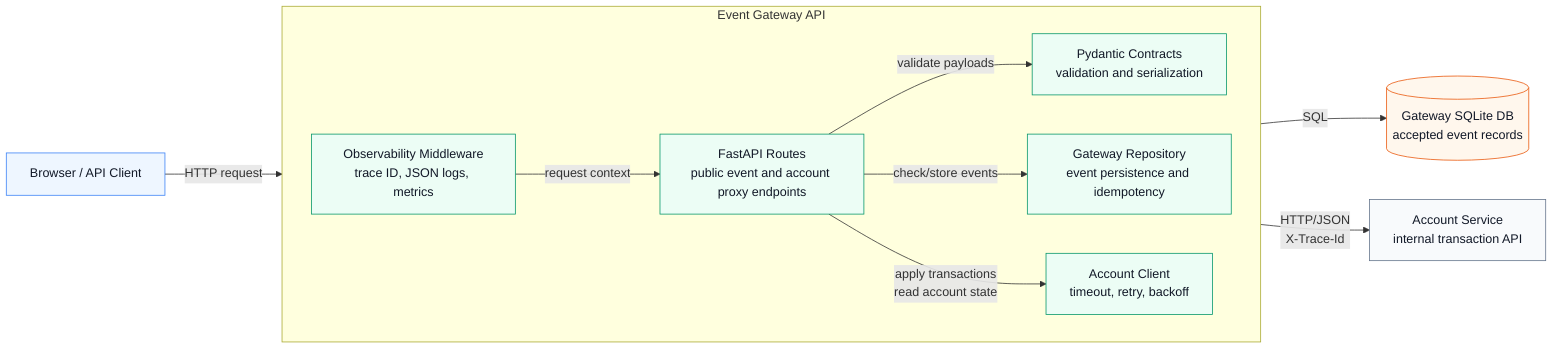
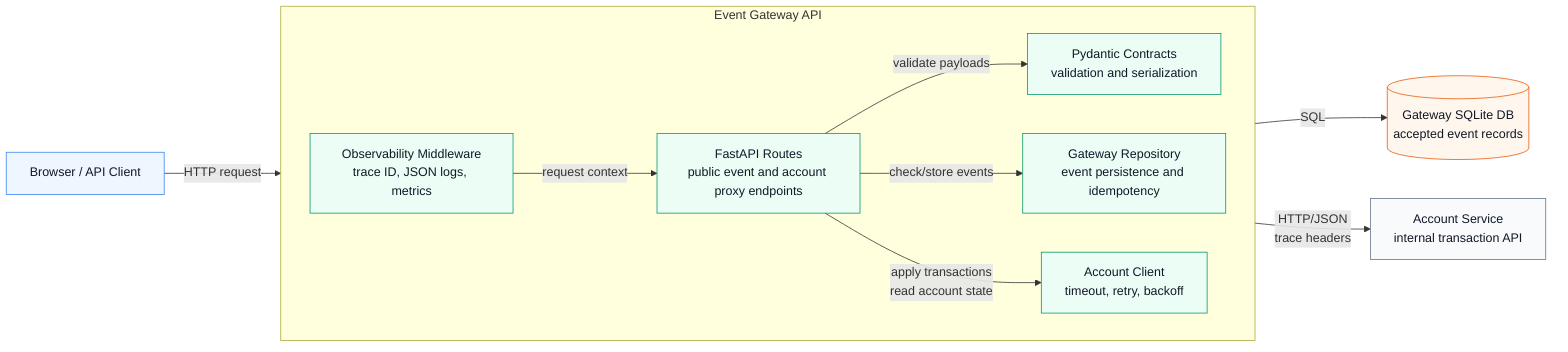
flowchart LR
  %% C4 Level 3: Gateway components. The primary request path is left-to-right.
  client["Browser / API Client"]

  subgraph gatewayBoundary["Event Gateway API"]
    direction LR
    obs["Observability Middleware<br/>trace ID, JSON logs, metrics"]
    routes["FastAPI Routes<br/>public event and account proxy endpoints"]
    contracts["Pydantic Contracts<br/>validation and serialization"]
    repo["Gateway Repository<br/>event persistence and idempotency"]
    accountClient["Account Client<br/>timeout, retry, backoff"]
  end

  gatewayDb[("Gateway SQLite DB<br/>accepted event records")]
  account["Account Service<br/>internal transaction API"]

  client -->|"HTTP request"| obs
  obs -->|"request context"| routes
  routes -->|"validate payloads"| contracts
  routes -->|"check/store events"| repo
  repo -->|"SQL"| gatewayDb
  routes -->|"apply transactions<br/>read account state"| accountClient
-   accountClient -->|"HTTP/JSON<br/>X-Trace-Id"| account
+   accountClient -->|"HTTP/JSON<br/>trace headers"| account

  classDef actor fill:#eef6ff,stroke:#3b82f6,color:#111827
  classDef component fill:#ecfdf5,stroke:#059669,color:#111827
  classDef database fill:#fff7ed,stroke:#ea580c,color:#111827
  classDef external fill:#f8fafc,stroke:#64748b,color:#111827
  class client actor
  class obs,routes,contracts,repo,accountClient component
  class gatewayDb database
  class account external
